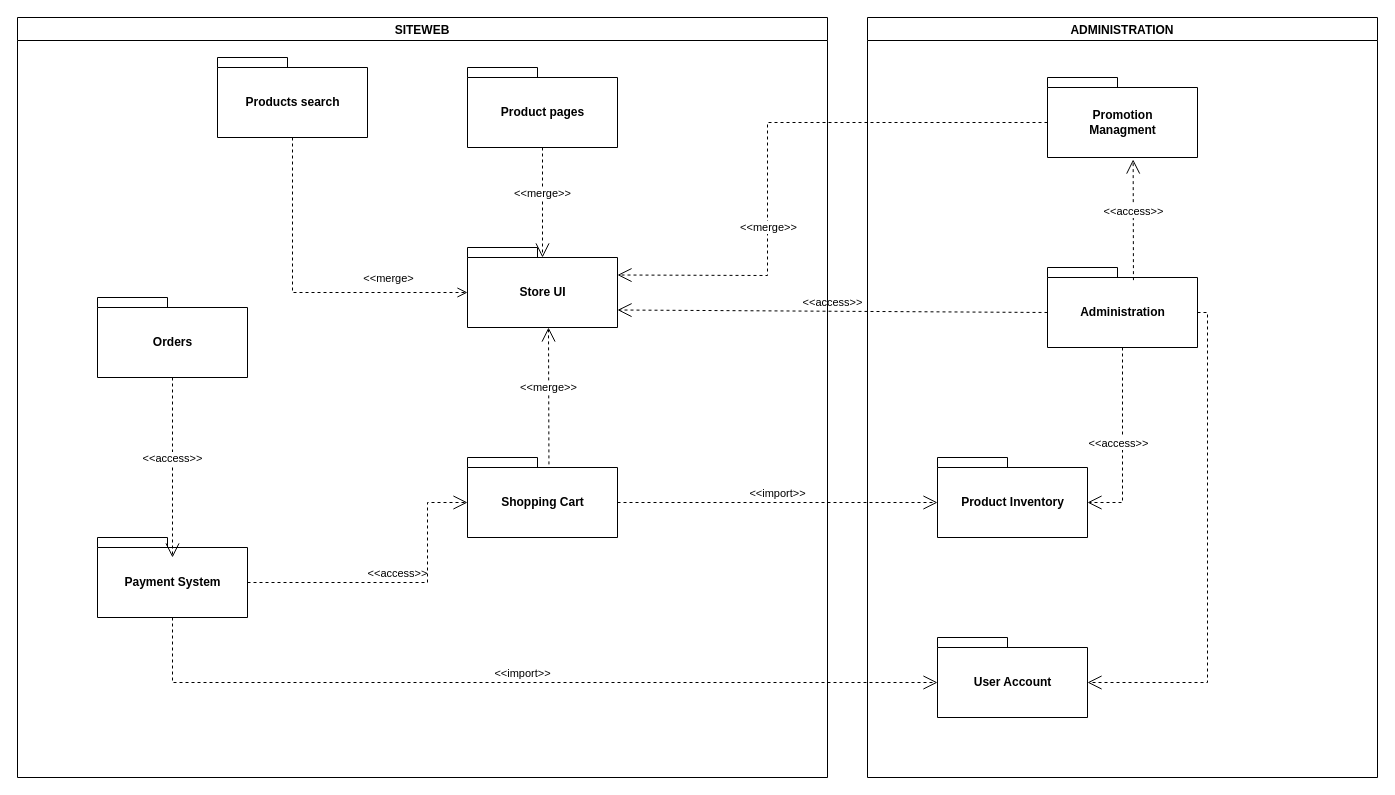
Earlier version of the draw.io diagram Untitled Diagram.drawio (zbendd/ptut8). Source tidied: cells renumbered, new cells numbered last; positions are measured from the earlier drawing's top-left corner, leaving out a move shared by most shapes. Both pictures are drawn from the tidied source at 100%, with x=0, y=0 at pixel (17, 17).
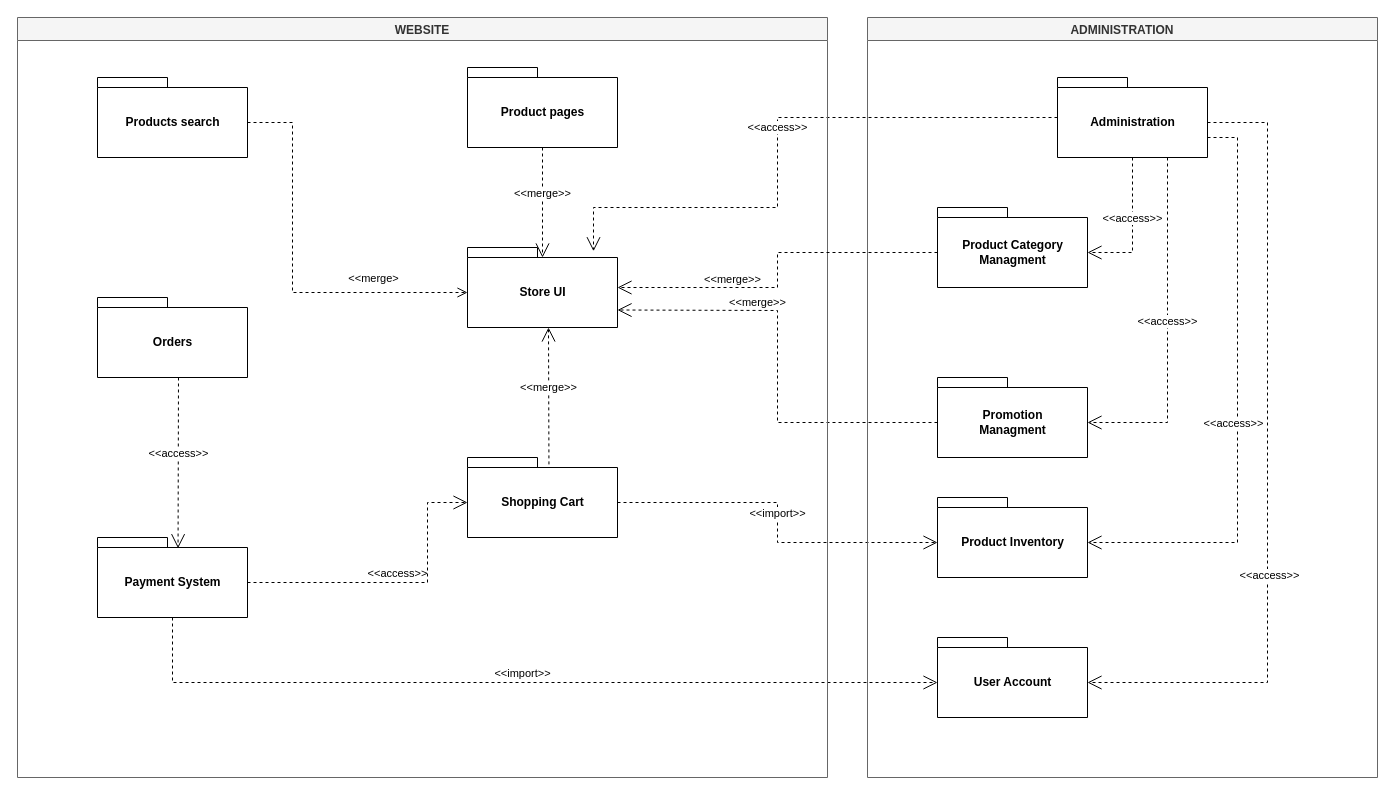
The same diagram, later.

The change refers to these unchanged cells:
```xml
<mxCell id="7" value="Payment System" style="shape=folder;fontStyle=1;tabWidth=70;tabHeight=10;tabPosition=left;html=1;boundedLbl=1;" parent="6" vertex="1">
  <mxGeometry x="80" y="520" width="150" height="80" as="geometry" />
</mxCell>
<mxCell id="8" value="Orders" style="shape=folder;fontStyle=1;tabWidth=70;tabHeight=10;tabPosition=left;html=1;boundedLbl=1;" parent="6" vertex="1">
  <mxGeometry x="80" y="280" width="150" height="80" as="geometry" />
</mxCell>
<mxCell id="12" value="Shopping Cart" style="shape=folder;fontStyle=1;tabWidth=70;tabHeight=10;tabPosition=left;html=1;boundedLbl=1;" parent="6" vertex="1">
  <mxGeometry x="450" y="440" width="150" height="80" as="geometry" />
</mxCell>
<mxCell id="13" value="Store UI" style="shape=folder;fontStyle=1;tabWidth=70;tabHeight=10;tabPosition=left;html=1;boundedLbl=1;" parent="6" vertex="1">
  <mxGeometry x="450" y="230" width="150" height="80" as="geometry" />
</mxCell>
<mxCell id="19" value="User Account" style="shape=folder;fontStyle=1;tabWidth=70;tabHeight=10;tabPosition=left;html=1;boundedLbl=1;" parent="18" vertex="1">
  <mxGeometry x="70" y="620" width="150" height="80" as="geometry" />
</mxCell>
```

Diff of the diagram source:
```diff
@@
     <mxCell id="3" value="&amp;lt;&amp;lt;import&amp;gt;&amp;gt;" style="edgeStyle=none;html=1;endArrow=open;endSize=12;dashed=1;verticalAlign=bottom;rounded=0;entryX=0;entryY=0;entryDx=0;entryDy=45;entryPerimeter=0;exitX=0;exitY=0;exitDx=150;exitDy=45;exitPerimeter=0;" parent="1" edge="1" source="12" target="20">
-      <mxGeometry relative="1" as="geometry" />
+      <mxGeometry relative="1" as="geometry">
+        <Array as="points">
+          <mxPoint x="760" y="485" />
+          <mxPoint x="760" y="525" />
+        </Array>
+      </mxGeometry>
     </mxCell>
-    <mxCell id="4" value="&amp;lt;&amp;lt;access&amp;gt;&amp;gt;" style="edgeStyle=none;html=1;endArrow=open;endSize=12;dashed=1;verticalAlign=bottom;rounded=0;exitX=0;exitY=0;exitDx=0;exitDy=45;exitPerimeter=0;entryX=0;entryY=0;entryDx=150;entryDy=62.5;entryPerimeter=0;" parent="1" edge="1" source="21" target="13">
-      <mxGeometry relative="1" as="geometry" />
+    <mxCell id="4" value="&amp;lt;&amp;lt;access&amp;gt;&amp;gt;" style="edgeStyle=none;html=1;endArrow=open;endSize=12;dashed=1;verticalAlign=bottom;rounded=0;entryX=0.84;entryY=0.047;entryDx=0;entryDy=0;entryPerimeter=0;" parent="1" edge="1" target="13">
+      <mxGeometry relative="1" as="geometry">
+        <mxPoint x="1040" y="100" as="sourcePoint" />
+        <Array as="points">
+          <mxPoint x="760" y="100" />
+          <mxPoint x="760" y="190" />
+          <mxPoint x="576" y="190" />
+        </Array>
+      </mxGeometry>
     </mxCell>
-    <mxCell id="5" value="&amp;lt;&amp;lt;merge&amp;gt;&amp;gt;" style="edgeStyle=none;html=1;endArrow=open;endSize=12;dashed=1;verticalAlign=bottom;rounded=0;entryX=0;entryY=0;entryDx=150;entryDy=27.5;entryPerimeter=0;exitX=0;exitY=0;exitDx=0;exitDy=45;exitPerimeter=0;" parent="1" edge="1" source="24" target="13">
+    <mxCell id="5" value="&amp;lt;&amp;lt;merge&amp;gt;&amp;gt;" style="edgeStyle=none;html=1;endArrow=open;endSize=12;dashed=1;verticalAlign=bottom;rounded=0;entryX=0;entryY=0;entryDx=150;entryDy=62.5;entryPerimeter=0;exitX=0;exitY=0;exitDx=0;exitDy=45;exitPerimeter=0;" parent="1" edge="1" source="24" target="13">
       <mxGeometry x="0.35" y="1" relative="1" as="geometry">
         <Array as="points">
-          <mxPoint x="750" y="105" />
-          <mxPoint x="750" y="258" />
+          <mxPoint x="760" y="405" />
+          <mxPoint x="760" y="293" />
         </Array>
       </mxGeometry>
     </mxCell>
-    <mxCell id="6" value="SITEWEB" style="swimlane;" parent="1" vertex="1">
+    <mxCell id="6" value="WEBSITE" style="swimlane;fillColor=#f5f5f5;fontColor=#333333;strokeColor=#666666;" parent="1" vertex="1">
       <mxGeometry width="810" height="760" as="geometry" />
     </mxCell>
@@
-    <mxCell id="9" value="&amp;lt;&amp;lt;access&amp;gt;&amp;gt;" style="edgeStyle=none;html=1;endArrow=open;endSize=12;dashed=1;verticalAlign=bottom;rounded=0;exitX=0.5;exitY=1;exitDx=0;exitDy=0;exitPerimeter=0;" parent="6" edge="1" source="8">
+    <mxCell id="9" value="&amp;lt;&amp;lt;access&amp;gt;&amp;gt;" style="edgeStyle=none;html=1;endArrow=open;endSize=12;dashed=1;verticalAlign=bottom;rounded=0;entryX=0.537;entryY=0.134;entryDx=0;entryDy=0;entryPerimeter=0;" parent="6" edge="1" target="7">
       <mxGeometry relative="1" as="geometry">
-        <mxPoint x="155" y="540" as="targetPoint" />
+        <mxPoint x="161" y="360" as="sourcePoint" />
       </mxGeometry>
     </mxCell>
     <mxCell id="10" value="Products search" style="shape=folder;fontStyle=1;tabWidth=70;tabHeight=10;tabPosition=left;html=1;boundedLbl=1;" parent="6" vertex="1">
-      <mxGeometry x="200" y="40" width="150" height="80" as="geometry" />
+      <mxGeometry x="80" y="60" width="150" height="80" as="geometry" />
     </mxCell>
@@
-    <mxCell id="14" value="&lt;span style=&quot;background-color: transparent&quot;&gt;&amp;lt;&amp;lt;merge&amp;gt;&lt;/span&gt;" style="endArrow=open;startArrow=none;endFill=0;startFill=0;endSize=8;html=1;verticalAlign=bottom;dashed=1;labelBackgroundColor=none;rounded=0;exitX=0.5;exitY=1;exitDx=0;exitDy=0;exitPerimeter=0;entryX=0;entryY=0;entryDx=0;entryDy=45;entryPerimeter=0;" parent="6" edge="1" source="10" target="13">
+    <mxCell id="14" value="&lt;span style=&quot;background-color: transparent&quot;&gt;&amp;lt;&amp;lt;merge&amp;gt;&lt;/span&gt;" style="endArrow=open;startArrow=none;endFill=0;startFill=0;endSize=8;html=1;verticalAlign=bottom;dashed=1;labelBackgroundColor=none;rounded=0;exitX=0;exitY=0;exitDx=150;exitDy=45;exitPerimeter=0;entryX=0;entryY=0;entryDx=0;entryDy=45;entryPerimeter=0;" parent="6" edge="1" source="10" target="13">
       <mxGeometry x="0.52" y="5" relative="1" as="geometry">
         <Array as="points">
+          <mxPoint x="275" y="105" />
           <mxPoint x="275" y="275" />
         </Array>
       </mxGeometry>
     </mxCell>
@@
-    <mxCell id="18" value="ADMINISTRATION" style="swimlane;" parent="1" vertex="1">
+    <mxCell id="18" value="ADMINISTRATION" style="swimlane;fillColor=#f5f5f5;fontColor=#333333;strokeColor=#666666;" parent="1" vertex="1">
       <mxGeometry x="850" width="510" height="760" as="geometry" />
     </mxCell>
@@
     <mxCell id="20" value="Product Inventory" style="shape=folder;fontStyle=1;tabWidth=70;tabHeight=10;tabPosition=left;html=1;boundedLbl=1;" parent="18" vertex="1">
-      <mxGeometry x="70" y="440" width="150" height="80" as="geometry" />
+      <mxGeometry x="70" y="480" width="150" height="80" as="geometry" />
     </mxCell>
     <mxCell id="21" value="Administration" style="shape=folder;fontStyle=1;tabWidth=70;tabHeight=10;tabPosition=left;html=1;boundedLbl=1;" parent="18" vertex="1">
-      <mxGeometry x="180" y="250" width="150" height="80" as="geometry" />
+      <mxGeometry x="190" y="60" width="150" height="80" as="geometry" />
     </mxCell>
-    <mxCell id="22" value="&amp;lt;&amp;lt;access&amp;gt;&amp;gt;" style="edgeStyle=none;html=1;endArrow=open;endSize=12;dashed=1;verticalAlign=bottom;rounded=0;exitX=0.5;exitY=1;exitDx=0;exitDy=0;exitPerimeter=0;entryX=0;entryY=0;entryDx=150;entryDy=45;entryPerimeter=0;" parent="18" edge="1" source="21" target="20">
+    <mxCell id="22" value="&amp;lt;&amp;lt;access&amp;gt;&amp;gt;" style="edgeStyle=none;html=1;endArrow=open;endSize=12;dashed=1;verticalAlign=bottom;rounded=0;entryX=0;entryY=0;entryDx=150;entryDy=45;entryPerimeter=0;" parent="18" edge="1" target="20">
       <mxGeometry x="0.11" y="-4" relative="1" as="geometry">
+        <mxPoint x="340" y="120" as="sourcePoint" />
         <Array as="points">
-          <mxPoint x="255" y="485" />
+          <mxPoint x="370" y="120" />
+          <mxPoint x="370" y="485" />
+          <mxPoint x="370" y="525" />
         </Array>
       </mxGeometry>
     </mxCell>
     <mxCell id="23" style="edgeStyle=none;html=1;endArrow=open;endSize=12;dashed=1;verticalAlign=bottom;rounded=0;exitX=0;exitY=0;exitDx=150;exitDy=45;exitPerimeter=0;entryX=0;entryY=0;entryDx=150;entryDy=45;entryPerimeter=0;" parent="18" edge="1" source="21" target="19">
       <mxGeometry x="0.06" y="80" relative="1" as="geometry">
         <Array as="points">
-          <mxPoint x="340" y="295" />
-          <mxPoint x="340" y="665" />
+          <mxPoint x="400" y="105" />
+          <mxPoint x="400" y="665" />
           <mxPoint x="290" y="665" />
         </Array>
       </mxGeometry>
     </mxCell>
+    <mxCell id="26" value="&amp;lt;&amp;lt;access&amp;gt;&amp;gt;" style="edgeLabel;html=1;align=center;verticalAlign=middle;" parent="23" vertex="1">
+      <mxGeometry x="0.28" y="1" relative="1" as="geometry" />
+    </mxCell>
     <mxCell id="24" value="Promotion&lt;br&gt;Managment" style="shape=folder;fontStyle=1;tabWidth=70;tabHeight=10;tabPosition=left;html=1;boundedLbl=1;" parent="18" vertex="1">
-      <mxGeometry x="180" y="60" width="150" height="80" as="geometry" />
+      <mxGeometry x="70" y="360" width="150" height="80" as="geometry" />
     </mxCell>
-    <mxCell id="25" value="&amp;lt;&amp;lt;access&amp;gt;&amp;gt;" style="edgeStyle=none;html=1;endArrow=open;endSize=12;dashed=1;verticalAlign=bottom;rounded=0;entryX=0.571;entryY=1.025;entryDx=0;entryDy=0;entryPerimeter=0;exitX=0.573;exitY=0.158;exitDx=0;exitDy=0;exitPerimeter=0;" parent="18" edge="1" source="21" target="24">
-      <mxGeometry relative="1" as="geometry" />
+    <mxCell id="25" value="&amp;lt;&amp;lt;access&amp;gt;&amp;gt;" style="edgeStyle=none;html=1;endArrow=open;endSize=12;dashed=1;verticalAlign=bottom;rounded=0;entryX=0;entryY=0;entryDx=150;entryDy=45;entryPerimeter=0;" parent="18" edge="1" target="24">
+      <mxGeometry relative="1" as="geometry">
+        <mxPoint x="300" y="140" as="sourcePoint" />
+        <Array as="points">
+          <mxPoint x="300" y="405" />
+        </Array>
+      </mxGeometry>
     </mxCell>
+    <mxCell id="27" value="Product Category &lt;br&gt;Managment" style="shape=folder;fontStyle=1;tabWidth=70;tabHeight=10;tabPosition=left;html=1;boundedLbl=1;" parent="18" vertex="1">
+      <mxGeometry x="70" y="190" width="150" height="80" as="geometry" />
+    </mxCell>
+    <mxCell id="28" value="&amp;lt;&amp;lt;access&amp;gt;&amp;gt;" style="edgeStyle=none;html=1;endArrow=open;endSize=12;dashed=1;verticalAlign=bottom;rounded=0;entryX=0;entryY=0;entryDx=150;entryDy=45;entryPerimeter=0;exitX=0.5;exitY=1;exitDx=0;exitDy=0;exitPerimeter=0;" parent="18" edge="1" source="21" target="27">
+      <mxGeometry relative="1" as="geometry">
+        <Array as="points">
+          <mxPoint x="265" y="235" />
+        </Array>
+      </mxGeometry>
+    </mxCell>
+    <mxCell id="29" value="&amp;lt;&amp;lt;merge&amp;gt;&amp;gt;" style="edgeStyle=none;html=1;endArrow=open;endSize=12;dashed=1;verticalAlign=bottom;rounded=0;exitX=0;exitY=0;exitDx=0;exitDy=45;exitPerimeter=0;" parent="1" edge="1" source="27">
+      <mxGeometry x="0.35" y="1" relative="1" as="geometry">
+        <mxPoint x="600" y="270" as="targetPoint" />
+        <Array as="points">
+          <mxPoint x="760" y="235" />
+          <mxPoint x="760" y="270" />
+        </Array>
+      </mxGeometry>
+    </mxCell>
```
